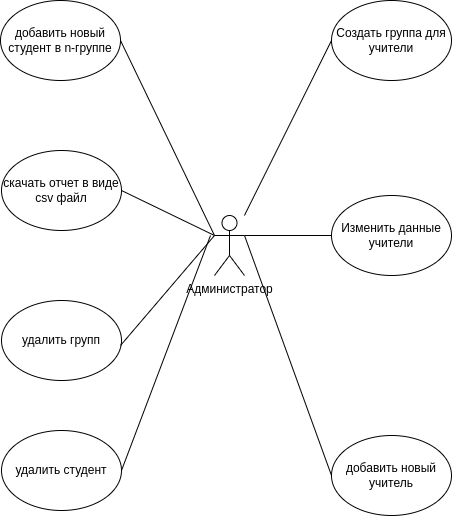
Earlier version of the draw.io export lab_02/diags/schoolAdministratorUseCase.drawio.png (ak-karimzai/Software-Design). Source tidied: cells renumbered, new cells last; positions are measured from the earlier drawing's top-left corner, leaving out a move shared by most shapes. The source it was exported from:
```xml
<mxGraphModel>
  <root>
    <mxCell id="0" />
    <mxCell id="1" parent="0" />
    <mxCell id="2" value="Администратор" style="shape=umlActor;verticalLabelPosition=bottom;verticalAlign=top;html=1;outlineConnect=0;" parent="1" vertex="1">
      <mxGeometry x="214" y="215" width="30" height="60" as="geometry" />
    </mxCell>
    <mxCell id="3" value="Изменить данные учители" style="ellipse;whiteSpace=wrap;html=1;" parent="1" vertex="1">
      <mxGeometry x="331" y="195" width="120" height="80" as="geometry" />
    </mxCell>
    <mxCell id="4" value="Создать группа для учители" style="ellipse;whiteSpace=wrap;html=1;" parent="1" vertex="1">
      <mxGeometry x="331" width="120" height="80" as="geometry" />
    </mxCell>
    <mxCell id="5" value="добавить новый учитель" style="ellipse;whiteSpace=wrap;html=1;" parent="1" vertex="1">
      <mxGeometry x="331" y="435" width="120" height="80" as="geometry" />
    </mxCell>
    <mxCell id="6" style="endArrow=none;html=1;rounded=0;entryX=0;entryY=0.5;entryDx=0;entryDy=0;" parent="1" edge="1" source="2" target="4">
      <mxGeometry relative="1" as="geometry" />
    </mxCell>
    <mxCell id="7" style="endArrow=none;html=1;rounded=0;exitX=1;exitY=0.3333333333333333;exitDx=0;exitDy=0;exitPerimeter=0;entryX=0;entryY=0.5;entryDx=0;entryDy=0;" parent="1" edge="1" source="2" target="3">
      <mxGeometry relative="1" as="geometry" />
    </mxCell>
    <mxCell id="8" style="endArrow=none;html=1;rounded=0;exitX=1;exitY=0.3333333333333333;exitDx=0;exitDy=0;exitPerimeter=0;entryX=0;entryY=0.5;entryDx=0;entryDy=0;" parent="1" edge="1" source="2" target="5">
      <mxGeometry relative="1" as="geometry" />
    </mxCell>
    <mxCell id="9" value="добавить новый студент в n-группе" style="ellipse;whiteSpace=wrap;html=1;" parent="1" vertex="1">
      <mxGeometry width="120" height="80" as="geometry" />
    </mxCell>
    <mxCell id="10" value="скачать отчет в виде сsv файл" style="ellipse;whiteSpace=wrap;html=1;" parent="1" vertex="1">
      <mxGeometry x="1" y="150" width="120" height="80" as="geometry" />
    </mxCell>
    <mxCell id="11" value="удалить групп" style="ellipse;whiteSpace=wrap;html=1;" parent="1" vertex="1">
      <mxGeometry x="1" y="300" width="120" height="80" as="geometry" />
    </mxCell>
    <mxCell id="12" value="удалить студент" style="ellipse;whiteSpace=wrap;html=1;" parent="1" vertex="1">
      <mxGeometry x="1" y="430" width="120" height="80" as="geometry" />
    </mxCell>
    <mxCell id="13" style="endArrow=none;html=1;rounded=0;entryX=0;entryY=0.3333333333333333;entryDx=0;entryDy=0;entryPerimeter=0;" parent="1" edge="1" target="2">
      <mxGeometry relative="1" as="geometry">
        <mxPoint x="120" y="345" as="sourcePoint" />
      </mxGeometry>
    </mxCell>
    <mxCell id="14" style="endArrow=none;html=1;rounded=0;exitX=1;exitY=0.5;exitDx=0;exitDy=0;entryX=0;entryY=0.3333333333333333;entryDx=0;entryDy=0;entryPerimeter=0;" parent="1" edge="1" source="10" target="2">
      <mxGeometry relative="1" as="geometry" />
    </mxCell>
    <mxCell id="15" style="endArrow=none;html=1;rounded=0;entryX=0;entryY=0.3333333333333333;entryDx=0;entryDy=0;entryPerimeter=0;exitX=1;exitY=0.5;exitDx=0;exitDy=0;" parent="1" edge="1" source="9" target="2">
      <mxGeometry relative="1" as="geometry" />
    </mxCell>
    <mxCell id="16" style="endArrow=none;html=1;rounded=0;exitX=1;exitY=0.5;exitDx=0;exitDy=0;" parent="1" edge="1" source="12">
      <mxGeometry relative="1" as="geometry">
        <mxPoint x="210" y="235" as="targetPoint" />
      </mxGeometry>
    </mxCell>
  </root>
</mxGraphModel>
```
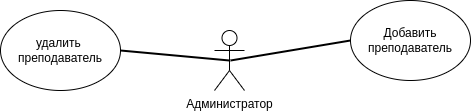
After the change.

Diff of the diagram source:
```diff
@@ -5,51 +5,19 @@
     <mxCell id="2" value="Администратор" style="shape=umlActor;verticalLabelPosition=bottom;verticalAlign=top;html=1;outlineConnect=0;" parent="1" vertex="1">
       <mxGeometry x="214" y="215" width="30" height="60" as="geometry" />
     </mxCell>
-    <mxCell id="3" value="Изменить данные учители" style="ellipse;whiteSpace=wrap;html=1;" parent="1" vertex="1">
-      <mxGeometry x="331" y="195" width="120" height="80" as="geometry" />
-    </mxCell>
-    <mxCell id="4" value="Создать группа для учители" style="ellipse;whiteSpace=wrap;html=1;" parent="1" vertex="1">
-      <mxGeometry x="331" width="120" height="80" as="geometry" />
+    <mxCell id="4" value="Добавить преподаватель" style="ellipse;whiteSpace=wrap;html=1;" parent="1" vertex="1">
+      <mxGeometry x="350" y="185" width="120" height="80" as="geometry" />
     </mxCell>
-    <mxCell id="5" value="добавить новый учитель" style="ellipse;whiteSpace=wrap;html=1;" parent="1" vertex="1">
-      <mxGeometry x="331" y="435" width="120" height="80" as="geometry" />
-    </mxCell>
-    <mxCell id="6" style="endArrow=none;html=1;rounded=0;entryX=0;entryY=0.5;entryDx=0;entryDy=0;" parent="1" edge="1" source="2" target="4">
-      <mxGeometry relative="1" as="geometry" />
+    <mxCell id="6" style="endArrow=none;html=1;rounded=0;entryX=0;entryY=0.5;entryDx=0;entryDy=0;strokeWidth=2;" parent="1" edge="1" target="4">
+      <mxGeometry relative="1" as="geometry">
+        <mxPoint x="230" y="245" as="sourcePoint" />
+      </mxGeometry>
     </mxCell>
-    <mxCell id="7" style="endArrow=none;html=1;rounded=0;exitX=1;exitY=0.3333333333333333;exitDx=0;exitDy=0;exitPerimeter=0;entryX=0;entryY=0.5;entryDx=0;entryDy=0;" parent="1" edge="1" source="2" target="3">
-      <mxGeometry relative="1" as="geometry" />
-    </mxCell>
-    <mxCell id="8" style="endArrow=none;html=1;rounded=0;exitX=1;exitY=0.3333333333333333;exitDx=0;exitDy=0;exitPerimeter=0;entryX=0;entryY=0.5;entryDx=0;entryDy=0;" parent="1" edge="1" source="2" target="5">
-      <mxGeometry relative="1" as="geometry" />
-    </mxCell>
-    <mxCell id="9" value="добавить новый студент в n-группе" style="ellipse;whiteSpace=wrap;html=1;" parent="1" vertex="1">
-      <mxGeometry width="120" height="80" as="geometry" />
-    </mxCell>
-    <mxCell id="10" value="скачать отчет в виде сsv файл" style="ellipse;whiteSpace=wrap;html=1;" parent="1" vertex="1">
-      <mxGeometry x="1" y="150" width="120" height="80" as="geometry" />
-    </mxCell>
-    <mxCell id="11" value="удалить групп" style="ellipse;whiteSpace=wrap;html=1;" parent="1" vertex="1">
-      <mxGeometry x="1" y="300" width="120" height="80" as="geometry" />
-    </mxCell>
-    <mxCell id="12" value="удалить студент" style="ellipse;whiteSpace=wrap;html=1;" parent="1" vertex="1">
-      <mxGeometry x="1" y="430" width="120" height="80" as="geometry" />
-    </mxCell>
-    <mxCell id="13" style="endArrow=none;html=1;rounded=0;entryX=0;entryY=0.3333333333333333;entryDx=0;entryDy=0;entryPerimeter=0;" parent="1" edge="1" target="2">
-      <mxGeometry relative="1" as="geometry">
-        <mxPoint x="120" y="345" as="sourcePoint" />
-      </mxGeometry>
-    </mxCell>
-    <mxCell id="14" style="endArrow=none;html=1;rounded=0;exitX=1;exitY=0.5;exitDx=0;exitDy=0;entryX=0;entryY=0.3333333333333333;entryDx=0;entryDy=0;entryPerimeter=0;" parent="1" edge="1" source="10" target="2">
-      <mxGeometry relative="1" as="geometry" />
-    </mxCell>
-    <mxCell id="15" style="endArrow=none;html=1;rounded=0;entryX=0;entryY=0.3333333333333333;entryDx=0;entryDy=0;entryPerimeter=0;exitX=1;exitY=0.5;exitDx=0;exitDy=0;" parent="1" edge="1" source="9" target="2">
-      <mxGeometry relative="1" as="geometry" />
-    </mxCell>
-    <mxCell id="16" style="endArrow=none;html=1;rounded=0;exitX=1;exitY=0.5;exitDx=0;exitDy=0;" parent="1" edge="1" source="12">
-      <mxGeometry relative="1" as="geometry">
-        <mxPoint x="210" y="235" as="targetPoint" />
-      </mxGeometry>
-    </mxCell>
+    <mxCell id="17" value="удалить&amp;nbsp;&lt;br&gt;преподаватель" style="ellipse;whiteSpace=wrap;html=1;" parent="1" vertex="1">
+      <mxGeometry y="195" width="120" height="80" as="geometry" />
+    </mxCell>
+    <mxCell id="18" style="endArrow=none;html=1;rounded=0;strokeWidth=2;exitX=0.5;exitY=0.5;exitDx=0;exitDy=0;exitPerimeter=0;entryX=1;entryY=0.5;entryDx=0;entryDy=0;" parent="1" edge="1" source="2" target="17">
+      <mxGeometry relative="1" as="geometry" />
+    </mxCell>
   </root>
 </mxGraphModel>
```
